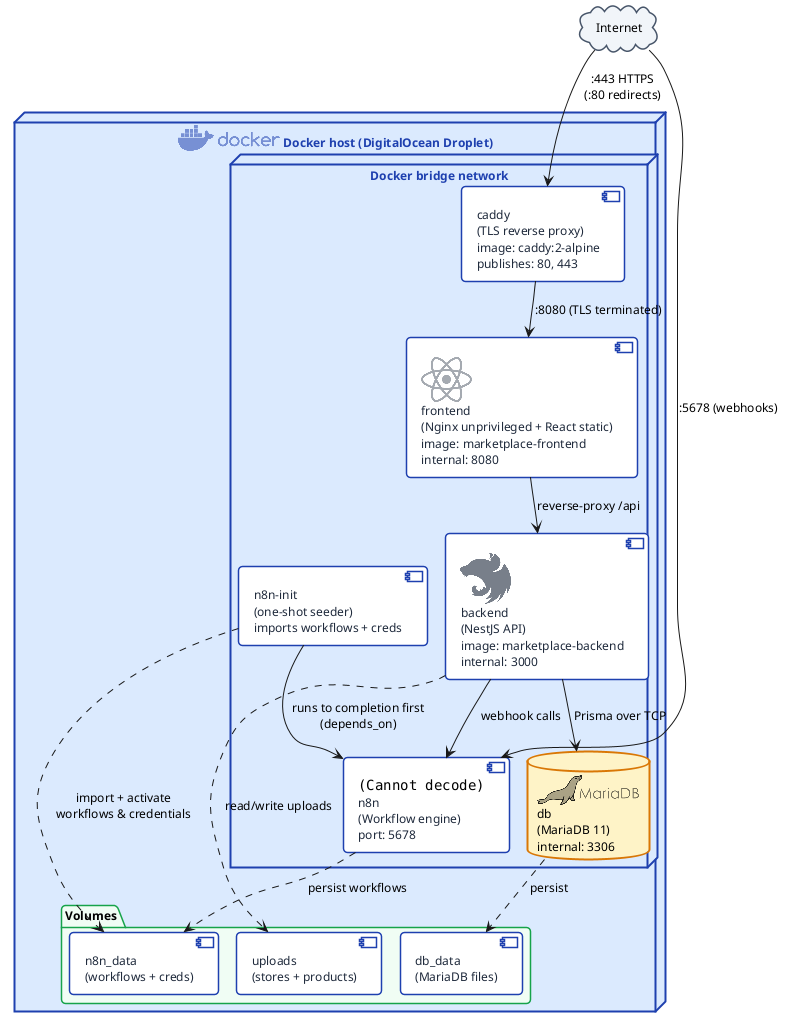
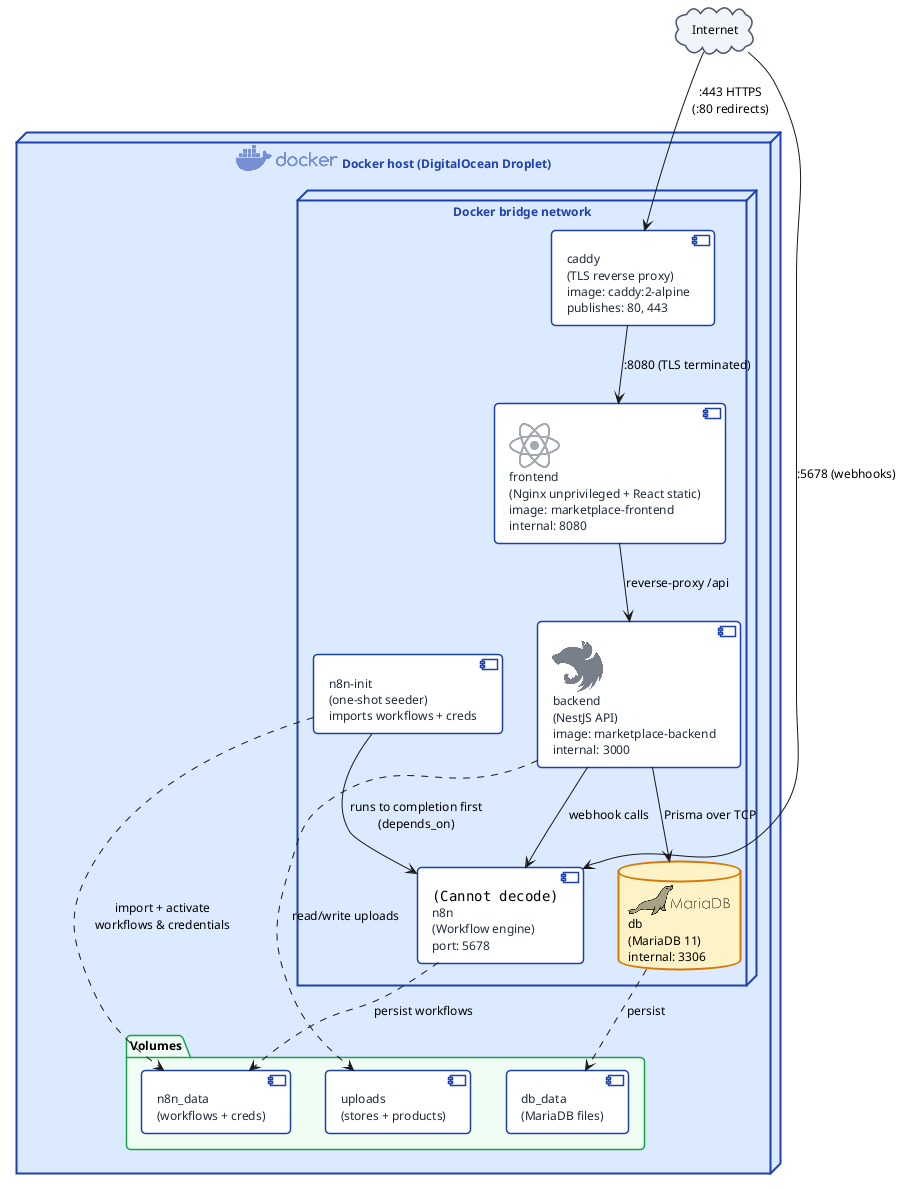
@startuml arch-docker-v2
- !pragma layout smetana

!include <logos/react>
!include <logos/nestjs>
!include <logos/mariadb>
!include <logos/docker>

skinparam defaultFontName Helvetica
skinparam defaultFontSize 12
skinparam backgroundColor #FFFFFF
skinparam roundCorner 8

skinparam node {
  BackgroundColor #DBEAFE
  BorderColor #1E40AF
  BorderThickness 2
  FontStyle bold
  FontColor #1E40AF
}
skinparam component {
  BackgroundColor #FFFFFF
  BorderColor #1E40AF
  BorderThickness 1.5
  FontColor #1E293B
}
skinparam database {
  BackgroundColor #FEF3C7
  BorderColor #D97706
  BorderThickness 2
}
skinparam cloud {
  BackgroundColor #F1F5F9
  BorderColor #475569
  BorderThickness 1.5
}
skinparam folder {
  BackgroundColor #F0FDF4
  BorderColor #16A34A
  BorderThickness 1.5
}

cloud "Internet" as Net

node "<$docker> Docker host (DigitalOcean Droplet)" as Host {

  node "Docker bridge network" as Bridge {

    component "caddy\n(TLS reverse proxy)\nimage: caddy:2-alpine\npublishes: 80, 443" as CADDY
    component "<$react>\nfrontend\n(Nginx unprivileged + React static)\nimage: marketplace-frontend\ninternal: 8080" as FE
    component "<$nestjs>\nbackend\n(NestJS API)\nimage: marketplace-backend\ninternal: 3000" as BE
    database "<$mariadb>\ndb\n(MariaDB 11)\ninternal: 3306" as DB
    component "<img:../img/n8n.png{scale=0.5}>\nn8n\n(Workflow engine)\nport: 5678" as N8N
    component "n8n-init\n(one-shot seeder)\nimports workflows + creds" as N8NI

  }

  folder "Volumes" {
    [db_data\n(MariaDB files)]   as VolDB
    [uploads\n(stores + products)] as VolUp
    [n8n_data\n(workflows + creds)] as VolN8n
  }
}

Net   --> CADDY : :443 HTTPS\n(:80 redirects)
Net   --> N8N   : :5678 (webhooks)

CADDY --> FE  : :8080 (TLS terminated)
FE  --> BE  : reverse-proxy /api
BE  --> DB  : Prisma over TCP
BE  --> N8N : webhook calls

DB   ..> VolDB  : persist
BE   ..> VolUp  : read/write uploads
N8N  ..> VolN8n : persist workflows
N8NI ..> VolN8n : import + activate\nworkflows & credentials
N8NI --> N8N    : runs to completion first\n(depends_on)

@enduml
